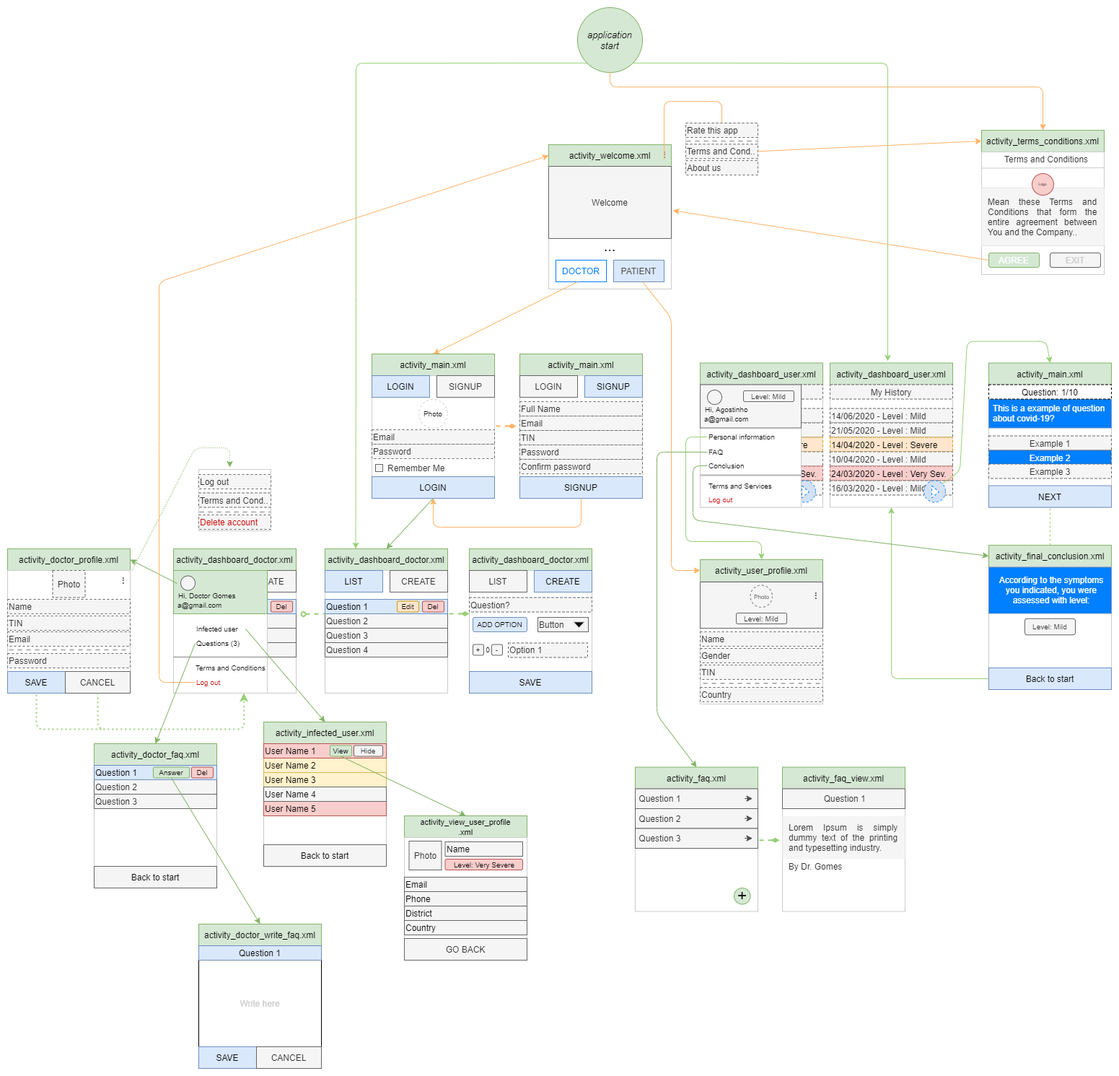
agostinhoramos/Testing_COVID_19 keeps this draw.io diagram as documentation/mobile_navigation.png. Above is the earlier version. Source tidied: cells renumbered, new cells last; positions are measured from the earlier drawing's top-left corner, leaving out a move shared by most shapes.
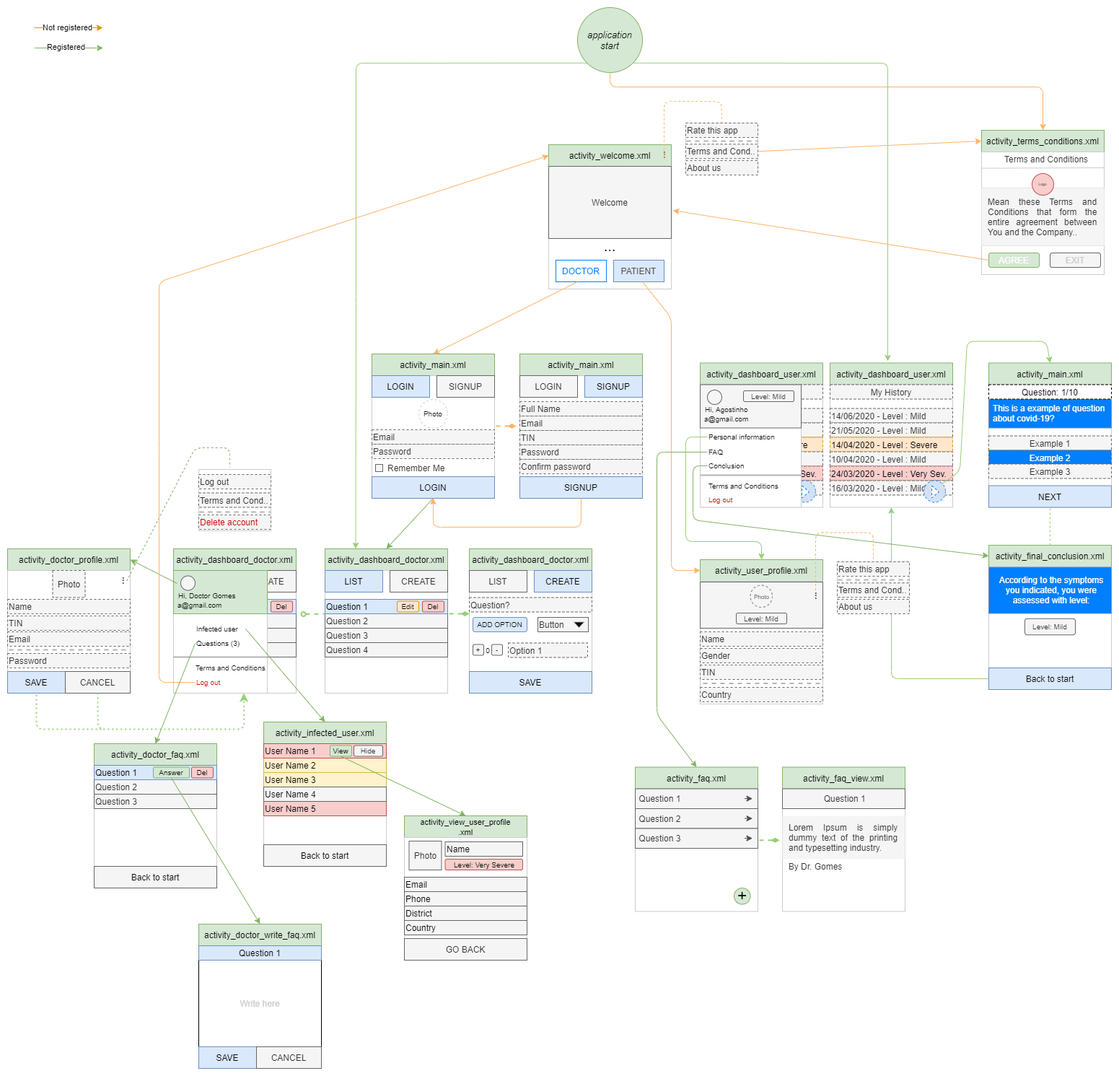
Above is the later version.

The edit, as a diff of the source:
```diff
@@ -250,7 +250,7 @@
         <mxPoint x="365" y="699" as="targetPoint" />
       </mxGeometry>
     </mxCell>
-    <mxCell id="76" style="endArrow=classic;html=1;strokeColor=#82b366;fillColor=#d5e8d4;entryX=0.43;entryY=-0.035;entryDx=0;entryDy=0;dashed=1;dashPattern=1 2;entryPerimeter=0;" parent="1" edge="1" source="66" target="71">
+    <mxCell id="76" style="endArrow=none;html=1;strokeColor=#82b366;fillColor=#d5e8d4;entryX=0.43;entryY=-0.035;entryDx=0;entryDy=0;dashed=1;entryPerimeter=0;endFill=0;exitX=0.5;exitY=0.5;exitDx=0;exitDy=0;exitPerimeter=0;" parent="1" edge="1" source="66" target="71">
       <mxGeometry relative="1" as="geometry">
         <Array as="points">
           <mxPoint x="260" y="610" />
@@ -494,7 +494,7 @@
     <mxCell id="143" value="About us" style="rounded=0;whiteSpace=wrap;html=1;fillColor=#f5f5f5;strokeColor=#666666;fontColor=#333333;align=left;dashed=1;" parent="1" vertex="1">
       <mxGeometry x="940" y="212" width="100" height="20" as="geometry" />
     </mxCell>
-    <mxCell id="144" style="endArrow=none;html=1;strokeColor=#FFB366;entryX=0.5;entryY=0;entryDx=0;entryDy=0;endFill=0;" parent="1" edge="1" target="140">
+    <mxCell id="144" style="endArrow=none;html=1;strokeColor=#FFB366;entryX=0.5;entryY=0;entryDx=0;entryDy=0;endFill=0;dashed=1;" parent="1" edge="1" target="140">
       <mxGeometry relative="1" as="geometry">
         <mxPoint x="910" y="210" as="sourcePoint" />
         <Array as="points">
@@ -620,7 +620,7 @@
     <mxCell id="179" value="Log out" style="text;html=1;strokeColor=none;fillColor=none;align=left;verticalAlign=middle;whiteSpace=wrap;rounded=0;shadow=0;comic=0;fontSize=10;fontColor=#CC0000;" parent="1" vertex="1">
       <mxGeometry x="970" y="672" width="130" height="20" as="geometry" />
     </mxCell>
-    <mxCell id="180" value="Terms and Services" style="text;html=1;strokeColor=none;fillColor=none;align=left;verticalAlign=middle;whiteSpace=wrap;rounded=0;shadow=0;comic=0;fontSize=10;" parent="1" vertex="1">
+    <mxCell id="180" value="Terms and Conditions" style="text;html=1;strokeColor=none;fillColor=none;align=left;verticalAlign=middle;whiteSpace=wrap;rounded=0;shadow=0;comic=0;fontSize=10;" parent="1" vertex="1">
       <mxGeometry x="970" y="653" width="130" height="20" as="geometry" />
     </mxCell>
     <mxCell id="181" value="FAQ" style="text;html=1;strokeColor=none;fillColor=none;align=left;verticalAlign=middle;whiteSpace=wrap;rounded=0;shadow=0;comic=0;fontSize=10;" parent="1" vertex="1">
@@ -847,5 +847,54 @@
     <mxCell id="236" value="&amp;nbsp; By Dr. Gomes" style="rounded=0;whiteSpace=wrap;html=1;fontColor=#333333;align=left;strokeColor=none;fillColor=none;" parent="1" vertex="1">
       <mxGeometry x="1074" y="1180" width="170" height="20" as="geometry" />
     </mxCell>
+    <mxCell id="237" style="endArrow=classic;html=1;strokeColor=#d79b00;fillColor=#ffe6cc;exitX=0.5;exitY=1;exitDx=0;exitDy=0;" parent="1" edge="1">
+      <mxGeometry relative="1" as="geometry">
+        <mxPoint x="37" y="28" as="sourcePoint" />
+        <mxPoint x="132" y="28" as="targetPoint" />
+      </mxGeometry>
+    </mxCell>
+    <mxCell id="238" value="Not registered" style="edgeLabel;html=1;align=center;verticalAlign=middle;" parent="237" vertex="1">
+      <mxGeometry x="-0.37" y="-1" relative="1" as="geometry">
+        <mxPoint x="15" y="-2" as="offset" />
+      </mxGeometry>
+    </mxCell>
+    <mxCell id="239" style="endArrow=classic;html=1;strokeColor=#82b366;fillColor=#d5e8d4;exitX=0.5;exitY=1;exitDx=0;exitDy=0;" parent="1" edge="1">
+      <mxGeometry relative="1" as="geometry">
+        <mxPoint x="37.5" y="56" as="sourcePoint" />
+        <mxPoint x="132.5" y="56" as="targetPoint" />
+      </mxGeometry>
+    </mxCell>
+    <mxCell id="240" value="Registered" style="edgeLabel;html=1;align=center;verticalAlign=middle;" parent="239" vertex="1">
+      <mxGeometry x="-0.67" y="2" relative="1" as="geometry">
+        <mxPoint x="27.5" as="offset" />
+      </mxGeometry>
+    </mxCell>
+    <mxCell id="241" style="rounded=0;whiteSpace=wrap;html=1;fillColor=#ffffff;gradientColor=none;strokeColor=#CCCCCC;strokeWidth=1;" parent="1" vertex="1">
+      <mxGeometry x="1150" y="768" width="100" height="70" as="geometry" />
+    </mxCell>
+    <mxCell id="242" style="endArrow=none;dashed=1;html=1;strokeColor=#B3B3B3;strokeWidth=2;fontSize=10;" parent="1" edge="1">
+      <mxGeometry relative="1" as="geometry">
+        <mxPoint x="1151" y="793" as="sourcePoint" />
+        <mxPoint x="1250" y="793" as="targetPoint" />
+      </mxGeometry>
+    </mxCell>
+    <mxCell id="243" value="Rate this app" style="rounded=0;whiteSpace=wrap;html=1;fillColor=#f5f5f5;strokeColor=#666666;fontColor=#333333;align=left;dashed=1;" parent="1" vertex="1">
+      <mxGeometry x="1150" y="768" width="100" height="20" as="geometry" />
+    </mxCell>
+    <mxCell id="244" value="About us" style="rounded=0;whiteSpace=wrap;html=1;fillColor=#f5f5f5;strokeColor=#666666;fontColor=#333333;align=left;dashed=1;" parent="1" vertex="1">
+      <mxGeometry x="1150" y="820" width="100" height="20" as="geometry" />
+    </mxCell>
+    <mxCell id="245" value="Terms and Cond.." style="rounded=0;whiteSpace=wrap;html=1;fillColor=#f5f5f5;strokeColor=#666666;fontColor=#333333;align=left;dashed=1;" parent="1" vertex="1">
+      <mxGeometry x="1150" y="797.2" width="100" height="20" as="geometry" />
+    </mxCell>
+    <mxCell id="246" style="endArrow=none;html=1;strokeColor=#FFB366;entryX=0.5;entryY=0;entryDx=0;entryDy=0;endFill=0;dashed=1;" parent="1" edge="1" target="243">
+      <mxGeometry relative="1" as="geometry">
+        <mxPoint x="1120" y="807.5" as="sourcePoint" />
+        <Array as="points">
+          <mxPoint x="1120" y="727.5" />
+          <mxPoint x="1200" y="727.5" />
+        </Array>
+      </mxGeometry>
+    </mxCell>
   </root>
 </mxGraphModel>
```
